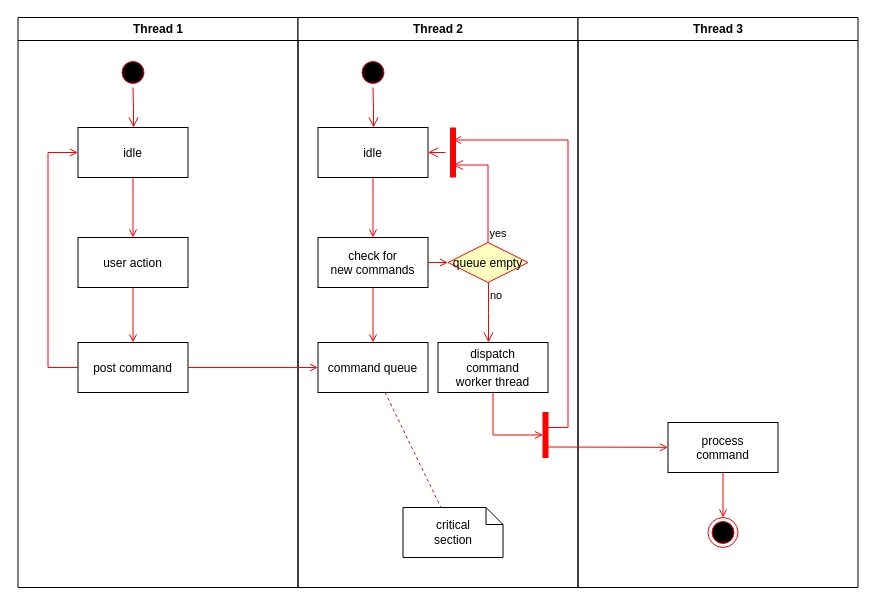
Above: Untitled Diagram.drawio in Ngaishin/test (draw.io), before the change. Source tidied: cells renumbered, new cells numbered last; positions are measured from the earlier drawing's top-left corner, leaving out a move shared by most shapes. Both pictures are drawn from the tidied source at 100%, with x=0, y=0 at pixel (17, 17).
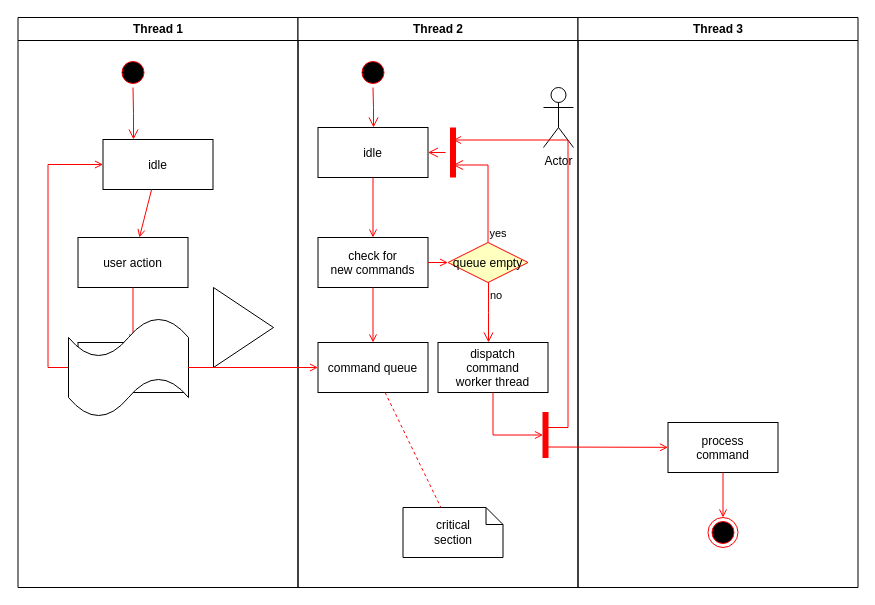
The same page after the edit.

Unchanged cells that the change refers to:
```xml
<mxCell id="2" value="Thread 1" style="swimlane;whiteSpace=wrap;" parent="1" vertex="1">
  <mxGeometry x="0.5" width="280" height="570" as="geometry" />
</mxCell>
<mxCell id="11" value="Thread 2" style="swimlane;whiteSpace=wrap;" parent="1" vertex="1">
  <mxGeometry x="280.5" width="280" height="570" as="geometry" />
</mxCell>
```

The edit, as a diff of the source:
```diff
@@
     <mxCell id="5" value="idle" parent="2" vertex="1">
-      <mxGeometry x="60" y="110" width="110" height="50" as="geometry" />
+      <mxGeometry x="85" y="122" width="110" height="50" as="geometry" />
     </mxCell>
@@
+    <mxCell id="37" style="triangle;whiteSpace=wrap;html=1;" parent="2" vertex="1">
+      <mxGeometry x="195.5" y="270" width="60" height="80" as="geometry" />
+    </mxCell>
+    <mxCell id="38" style="shape=tape;whiteSpace=wrap;html=1;" parent="2" vertex="1">
+      <mxGeometry x="50.5" y="300" width="120" height="100" as="geometry" />
+    </mxCell>
@@
+    <mxCell id="39" value="Actor" style="shape=umlActor;verticalLabelPosition=bottom;verticalAlign=top;html=1;" parent="11" vertex="1">
+      <mxGeometry x="245.5" y="70" width="30" height="60" as="geometry" />
+    </mxCell>
```
